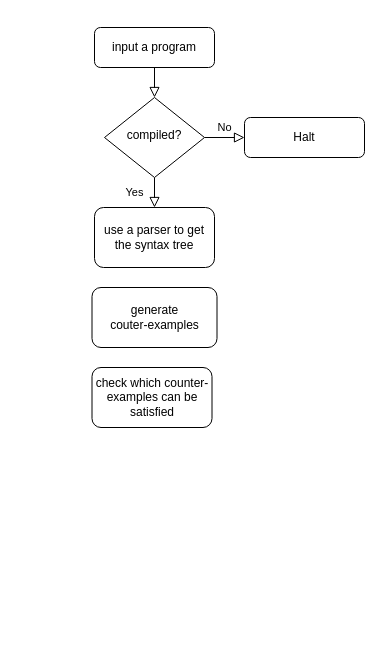
Above: Pictures/no tag/未命名绘图.drawio in RollingYoyoball/oi (draw.io), before the change. Source tidied: cells renumbered, new cells numbered last; positions are measured from the earlier drawing's top-left corner, leaving out a move shared by most shapes. Both pictures are drawn from the tidied source at 100%, with x=0, y=0 at pixel (92, 27).
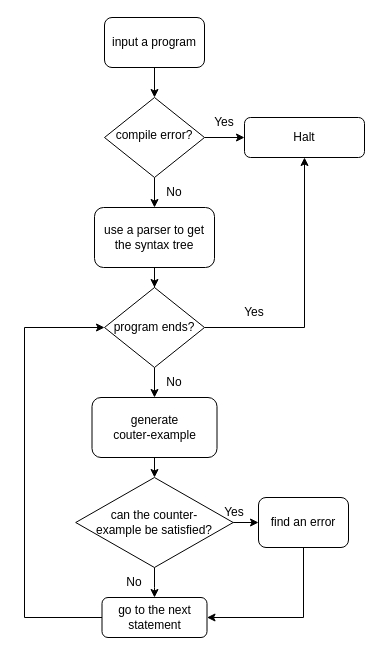
The same diagram, later.

Commit message:
更新未命名绘图.drawio

The change refers to these unchanged cells:
```xml
<mxCell id="7" value="Halt" style="rounded=1;whiteSpace=wrap;html=1;fontSize=12;glass=0;strokeWidth=1;shadow=0;" parent="1" vertex="1">
  <mxGeometry x="152" y="90" width="120" height="40" as="geometry" />
</mxCell>
<mxCell id="8" value="use a parser to get the syntax tree" style="rounded=1;whiteSpace=wrap;html=1;" parent="1" vertex="1">
  <mxGeometry x="2" y="180" width="120" height="60" as="geometry" />
</mxCell>
```

Diff of the diagram source:
```diff
@@
-    <mxCell id="2" style="rounded=0;html=1;jettySize=auto;fontSize=11;endArrow=block;endFill=0;endSize=8;strokeWidth=1;shadow=0;labelBackgroundColor=none;edgeStyle=orthogonalEdgeStyle;" parent="1" edge="1" source="3" target="6">
-      <mxGeometry relative="1" as="geometry" />
-    </mxCell>
-    <mxCell id="3" value="input a program" style="rounded=1;whiteSpace=wrap;html=1;fontSize=12;glass=0;strokeWidth=1;shadow=0;" parent="1" vertex="1">
-      <mxGeometry x="2" width="120" height="40" as="geometry" />
-    </mxCell>
-    <mxCell id="4" value="Yes" style="rounded=0;html=1;jettySize=auto;fontSize=11;endArrow=block;endFill=0;endSize=8;strokeWidth=1;shadow=0;labelBackgroundColor=none;edgeStyle=orthogonalEdgeStyle;entryX=0.5;entryY=0;entryDx=0;entryDy=0;" parent="1" edge="1" source="6" target="8">
-      <mxGeometry y="20" relative="1" as="geometry" />
+    <mxCell id="4" style="edgeStyle=orthogonalEdgeStyle;rounded=0;jettySize=auto;html=1;" parent="1" edge="1" source="6" target="8">
+      <mxGeometry relative="1" as="geometry" />
     </mxCell>
-    <mxCell id="5" value="No" style="edgeStyle=orthogonalEdgeStyle;rounded=0;html=1;jettySize=auto;fontSize=11;endArrow=block;endFill=0;endSize=8;strokeWidth=1;shadow=0;labelBackgroundColor=none;" parent="1" edge="1" source="6" target="7">
-      <mxGeometry y="10" relative="1" as="geometry" />
+    <mxCell id="5" style="edgeStyle=orthogonalEdgeStyle;rounded=0;jettySize=auto;html=1;entryX=0;entryY=0.5;entryDx=0;entryDy=0;" parent="1" edge="1" source="6" target="7">
+      <mxGeometry relative="1" as="geometry" />
     </mxCell>
-    <mxCell id="6" value="compiled?" style="rhombus;whiteSpace=wrap;html=1;shadow=0;fontFamily=Helvetica;fontSize=12;align=center;strokeWidth=1;spacing=6;spacingTop=-4;" parent="1" vertex="1">
+    <mxCell id="6" value="compile error?" style="rhombus;whiteSpace=wrap;html=1;shadow=0;fontFamily=Helvetica;fontSize=12;align=center;strokeWidth=1;spacing=6;spacingTop=-4;" parent="1" vertex="1">
       <mxGeometry x="12" y="70" width="100" height="80" as="geometry" />
     </mxCell>
@@
+    <mxCell id="11" style="edgeStyle=orthogonalEdgeStyle;rounded=0;jettySize=auto;html=1;" parent="1" edge="1" source="8" target="17">
+      <mxGeometry relative="1" as="geometry" />
+    </mxCell>
@@
+    <mxCell id="12" style="edgeStyle=orthogonalEdgeStyle;rounded=0;jettySize=auto;html=1;" parent="1" edge="1" source="9" target="22">
+      <mxGeometry relative="1" as="geometry" />
+    </mxCell>
-    <mxCell id="9" value="generate &lt;br&gt;couter-examples" style="rounded=1;whiteSpace=wrap;html=1;" parent="1" vertex="1">
-      <mxGeometry x="-0.5" y="260" width="125" height="60" as="geometry" />
+    <mxCell id="9" value="generate &lt;br&gt;couter-example" style="rounded=1;whiteSpace=wrap;html=1;" parent="1" vertex="1">
+      <mxGeometry x="-0.5" y="370" width="125" height="60" as="geometry" />
     </mxCell>
-    <mxCell id="10" value="check which counter-examples can be satisfied" style="rounded=1;whiteSpace=wrap;html=1;" parent="1" vertex="1">
-      <mxGeometry x="-0.5" y="340" width="120" height="60" as="geometry" />
-    </mxCell>
+    <mxCell id="2" style="edgeStyle=orthogonalEdgeStyle;rounded=0;jettySize=auto;html=1;" parent="1" edge="1" source="3" target="6">
+      <mxGeometry relative="1" as="geometry" />
+    </mxCell>
+    <mxCell id="3" value="input a program" style="rounded=1;whiteSpace=wrap;html=1;" parent="1" vertex="1">
+      <mxGeometry x="12" y="-10" width="100" height="50" as="geometry" />
+    </mxCell>
+    <mxCell id="13" value="No" style="text;html=1;strokeColor=none;fillColor=none;align=center;verticalAlign=middle;whiteSpace=wrap;rounded=0;" parent="1" vertex="1">
+      <mxGeometry x="52" y="150" width="60" height="30" as="geometry" />
+    </mxCell>
+    <mxCell id="14" value="Yes" style="text;html=1;strokeColor=none;fillColor=none;align=center;verticalAlign=middle;whiteSpace=wrap;rounded=0;" parent="1" vertex="1">
+      <mxGeometry x="102" y="80" width="60" height="30" as="geometry" />
+    </mxCell>
+    <mxCell id="15" style="edgeStyle=orthogonalEdgeStyle;rounded=0;jettySize=auto;html=1;entryX=0.5;entryY=0;entryDx=0;entryDy=0;" parent="1" edge="1" source="17" target="9">
+      <mxGeometry relative="1" as="geometry" />
+    </mxCell>
+    <mxCell id="16" style="edgeStyle=orthogonalEdgeStyle;rounded=0;jettySize=auto;html=1;entryX=0.5;entryY=1;entryDx=0;entryDy=0;" parent="1" edge="1" source="17" target="7">
+      <mxGeometry relative="1" as="geometry" />
+    </mxCell>
+    <mxCell id="17" value="program ends?" style="rhombus;whiteSpace=wrap;html=1;" parent="1" vertex="1">
+      <mxGeometry x="12" y="260" width="100" height="80" as="geometry" />
+    </mxCell>
+    <mxCell id="18" value="Yes" style="text;html=1;strokeColor=none;fillColor=none;align=center;verticalAlign=middle;whiteSpace=wrap;rounded=0;" parent="1" vertex="1">
+      <mxGeometry x="132" y="270" width="60" height="30" as="geometry" />
+    </mxCell>
+    <mxCell id="19" value="No" style="text;html=1;strokeColor=none;fillColor=none;align=center;verticalAlign=middle;whiteSpace=wrap;rounded=0;" parent="1" vertex="1">
+      <mxGeometry x="52" y="340" width="60" height="30" as="geometry" />
+    </mxCell>
+    <mxCell id="20" style="edgeStyle=orthogonalEdgeStyle;rounded=0;jettySize=auto;html=1;" parent="1" edge="1" source="22" target="25">
+      <mxGeometry relative="1" as="geometry" />
+    </mxCell>
+    <mxCell id="21" style="edgeStyle=orthogonalEdgeStyle;rounded=0;jettySize=auto;html=1;entryX=0.5;entryY=0;entryDx=0;entryDy=0;" parent="1" edge="1" source="22" target="28">
+      <mxGeometry relative="1" as="geometry" />
+    </mxCell>
+    <mxCell id="22" value="can the counter-&lt;br&gt;example be satisfied?" style="rhombus;whiteSpace=wrap;html=1;" parent="1" vertex="1">
+      <mxGeometry x="-16.8" y="450" width="157.5" height="90" as="geometry" />
+    </mxCell>
+    <mxCell id="23" value="No" style="text;html=1;strokeColor=none;fillColor=none;align=center;verticalAlign=middle;whiteSpace=wrap;rounded=0;" parent="1" vertex="1">
+      <mxGeometry x="12" y="540" width="60" height="30" as="geometry" />
+    </mxCell>
+    <mxCell id="24" style="edgeStyle=orthogonalEdgeStyle;rounded=0;jettySize=auto;html=1;entryX=1;entryY=0.5;entryDx=0;entryDy=0;" parent="1" edge="1" source="25" target="28">
+      <mxGeometry relative="1" as="geometry">
+        <Array as="points">
+          <mxPoint x="211" y="590" />
+        </Array>
+      </mxGeometry>
+    </mxCell>
+    <mxCell id="25" value="find an error" style="rounded=1;whiteSpace=wrap;html=1;" parent="1" vertex="1">
+      <mxGeometry x="166" y="470" width="90" height="50" as="geometry" />
+    </mxCell>
+    <mxCell id="26" value="Yes" style="text;html=1;strokeColor=none;fillColor=none;align=center;verticalAlign=middle;whiteSpace=wrap;rounded=0;" parent="1" vertex="1">
+      <mxGeometry x="112" y="470" width="60" height="30" as="geometry" />
+    </mxCell>
+    <mxCell id="27" style="edgeStyle=orthogonalEdgeStyle;rounded=0;jettySize=auto;html=1;entryX=0;entryY=0.5;entryDx=0;entryDy=0;" parent="1" edge="1" source="28" target="17">
+      <mxGeometry relative="1" as="geometry">
+        <Array as="points">
+          <mxPoint x="-68" y="590" />
+          <mxPoint x="-68" y="300" />
+        </Array>
+      </mxGeometry>
+    </mxCell>
+    <mxCell id="28" value="go to the next statement" style="rounded=1;whiteSpace=wrap;html=1;" parent="1" vertex="1">
+      <mxGeometry x="9.5" y="570" width="105" height="40" as="geometry" />
+    </mxCell>
```
